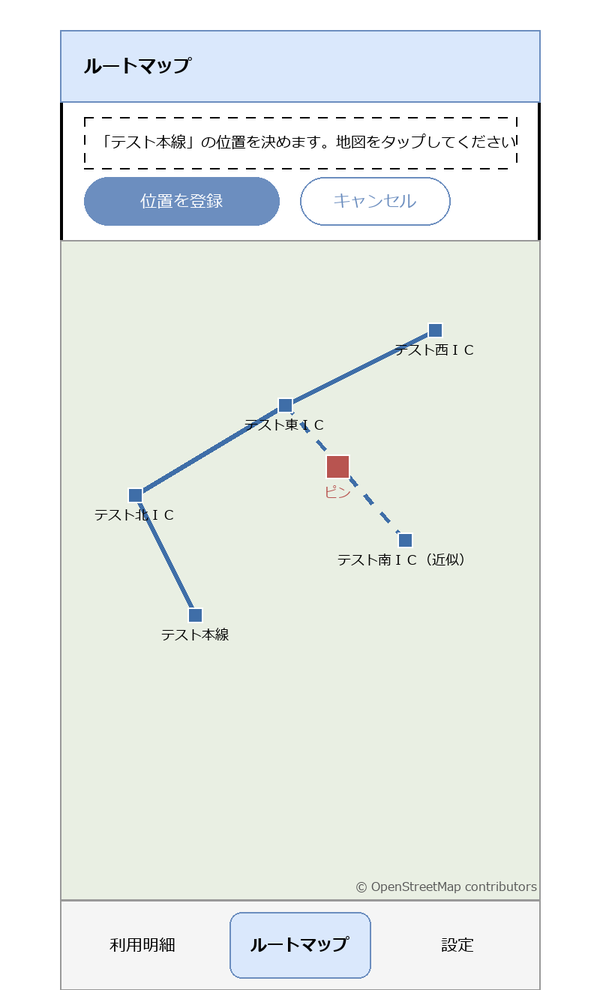
Above: docs/systems/screens/images/SCR-005-route-map-picking.drawio.png in hnt1028/etc-meisai (draw.io), before the change. Source tidied: cells renumbered, new cells last; positions are measured from the earlier drawing's top-left corner, leaving out a move shared by most shapes. The source it was exported from:
```xml
<mxGraphModel>
  <root>
    <mxCell id="0" />
    <mxCell id="1" parent="0" />
    <mxCell id="2" style="rounded=1;whiteSpace=wrap;html=1;arcSize=3;strokeWidth=2;" parent="1" vertex="1">
      <mxGeometry width="320" height="640" as="geometry" />
    </mxCell>
    <mxCell id="3" value="ルートマップ" style="rounded=0;whiteSpace=wrap;html=1;align=left;spacingLeft=16;fontStyle=1;fillColor=#dae8fc;strokeColor=#6c8ebf;" parent="1" vertex="1">
      <mxGeometry width="320" height="48" as="geometry" />
    </mxCell>
    <mxCell id="4" value="「テスト本線」の位置を決めます。地図をタップしてください" style="rounded=0;whiteSpace=wrap;html=1;align=left;spacingLeft=8;fontSize=10;fillColor=none;dashed=1;fontSize=10;" parent="1" vertex="1">
      <mxGeometry x="16" y="58" width="288" height="34" as="geometry" />
    </mxCell>
    <mxCell id="5" value="位置を登録" style="rounded=1;whiteSpace=wrap;html=1;arcSize=50;fillColor=#6c8ebf;fontColor=#ffffff;strokeColor=#6c8ebf;fontSize=11;" parent="1" vertex="1">
      <mxGeometry x="16" y="98" width="130" height="32" as="geometry" />
    </mxCell>
    <mxCell id="6" value="キャンセル" style="rounded=1;whiteSpace=wrap;html=1;arcSize=50;fillColor=none;strokeColor=#6c8ebf;fontColor=#6c8ebf;fontSize=11;" parent="1" vertex="1">
      <mxGeometry x="160" y="98" width="100" height="32" as="geometry" />
    </mxCell>
    <mxCell id="7" style="rounded=0;whiteSpace=wrap;html=1;fillColor=#e9efe3;strokeColor=#999999;" parent="1" vertex="1">
      <mxGeometry y="140" width="320" height="440" as="geometry" />
    </mxCell>
    <mxCell id="8" style="endArrow=none;html=1;strokeColor=#3f6ea8;strokeWidth=3;" parent="1" edge="1">
      <mxGeometry relative="1" as="geometry">
        <mxPoint x="50" y="310" as="sourcePoint" />
        <mxPoint x="150" y="250" as="targetPoint" />
      </mxGeometry>
    </mxCell>
    <mxCell id="9" style="endArrow=none;html=1;strokeColor=#3f6ea8;strokeWidth=3;" parent="1" edge="1">
      <mxGeometry relative="1" as="geometry">
        <mxPoint x="150" y="250" as="sourcePoint" />
        <mxPoint x="250" y="200" as="targetPoint" />
      </mxGeometry>
    </mxCell>
    <mxCell id="10" style="endArrow=none;html=1;strokeColor=#3f6ea8;strokeWidth=3;dashed=1;" parent="1" edge="1">
      <mxGeometry relative="1" as="geometry">
        <mxPoint x="150" y="250" as="sourcePoint" />
        <mxPoint x="230" y="340" as="targetPoint" />
      </mxGeometry>
    </mxCell>
    <mxCell id="11" style="endArrow=none;html=1;strokeColor=#3f6ea8;strokeWidth=3;" parent="1" edge="1">
      <mxGeometry relative="1" as="geometry">
        <mxPoint x="50" y="310" as="sourcePoint" />
        <mxPoint x="90" y="390" as="targetPoint" />
      </mxGeometry>
    </mxCell>
    <mxCell id="12" style="ellipse;whiteSpace=wrap;html=1;fillColor=#3f6ea8;strokeColor=#ffffff;" parent="1" vertex="1">
      <mxGeometry x="45" y="305" width="10" height="10" as="geometry" />
    </mxCell>
    <mxCell id="13" value="テスト北ＩＣ" style="text;html=1;align=center;verticalAlign=middle;fontSize=9;" parent="1" vertex="1">
      <mxGeometry x="5" y="316" width="90" height="14" as="geometry" />
    </mxCell>
    <mxCell id="14" style="ellipse;whiteSpace=wrap;html=1;fillColor=#3f6ea8;strokeColor=#ffffff;" parent="1" vertex="1">
      <mxGeometry x="145" y="245" width="10" height="10" as="geometry" />
    </mxCell>
    <mxCell id="15" value="テスト東ＩＣ" style="text;html=1;align=center;verticalAlign=middle;fontSize=9;" parent="1" vertex="1">
      <mxGeometry x="105" y="256" width="90" height="14" as="geometry" />
    </mxCell>
    <mxCell id="16" style="ellipse;whiteSpace=wrap;html=1;fillColor=#3f6ea8;strokeColor=#ffffff;" parent="1" vertex="1">
      <mxGeometry x="245" y="195" width="10" height="10" as="geometry" />
    </mxCell>
    <mxCell id="17" value="テスト西ＩＣ" style="text;html=1;align=center;verticalAlign=middle;fontSize=9;" parent="1" vertex="1">
      <mxGeometry x="205" y="206" width="90" height="14" as="geometry" />
    </mxCell>
    <mxCell id="18" style="ellipse;whiteSpace=wrap;html=1;fillColor=#3f6ea8;strokeColor=#ffffff;" parent="1" vertex="1">
      <mxGeometry x="225" y="335" width="10" height="10" as="geometry" />
    </mxCell>
    <mxCell id="19" value="テスト南ＩＣ（近似）" style="text;html=1;align=center;verticalAlign=middle;fontSize=9;" parent="1" vertex="1">
      <mxGeometry x="185" y="346" width="90" height="14" as="geometry" />
    </mxCell>
    <mxCell id="20" style="ellipse;whiteSpace=wrap;html=1;fillColor=#3f6ea8;strokeColor=#ffffff;" parent="1" vertex="1">
      <mxGeometry x="85" y="385" width="10" height="10" as="geometry" />
    </mxCell>
    <mxCell id="21" value="テスト本線" style="text;html=1;align=center;verticalAlign=middle;fontSize=9;" parent="1" vertex="1">
      <mxGeometry x="45" y="396" width="90" height="14" as="geometry" />
    </mxCell>
    <mxCell id="22" style="ellipse;whiteSpace=wrap;html=1;fillColor=#b85450;strokeColor=#ffffff;" parent="1" vertex="1">
      <mxGeometry x="177" y="283" width="16" height="16" as="geometry" />
    </mxCell>
    <mxCell id="23" value="ピン" style="text;html=1;align=center;verticalAlign=middle;fontSize=9;fontColor=#b85450;" parent="1" vertex="1">
      <mxGeometry x="167" y="301" width="36" height="14" as="geometry" />
    </mxCell>
    <mxCell id="24" value="© OpenStreetMap contributors" style="text;html=1;align=right;verticalAlign=middle;fontSize=8;fontColor=#555555;" parent="1" vertex="1">
      <mxGeometry x="180" y="564" width="138" height="14" as="geometry" />
    </mxCell>
    <mxCell id="25" style="rounded=0;whiteSpace=wrap;html=1;fillColor=#f5f5f5;strokeColor=#999999;" parent="1" vertex="1">
      <mxGeometry y="580" width="320" height="60" as="geometry" />
    </mxCell>
    <mxCell id="26" value="利用明細" style="rounded=1;whiteSpace=wrap;html=1;arcSize=40;fontSize=11;fillColor=none;strokeColor=#f5f5f5;" parent="1" vertex="1">
      <mxGeometry x="8" y="588" width="94" height="44" as="geometry" />
    </mxCell>
    <mxCell id="27" value="ルートマップ" style="rounded=1;whiteSpace=wrap;html=1;arcSize=40;fontSize=11;fillColor=#dae8fc;strokeColor=#6c8ebf;fontStyle=1;" parent="1" vertex="1">
      <mxGeometry x="113" y="588" width="94" height="44" as="geometry" />
    </mxCell>
    <mxCell id="28" value="設定" style="rounded=1;whiteSpace=wrap;html=1;arcSize=40;fontSize=11;fillColor=none;strokeColor=#f5f5f5;" parent="1" vertex="1">
      <mxGeometry x="218" y="588" width="94" height="44" as="geometry" />
    </mxCell>
  </root>
</mxGraphModel>
```
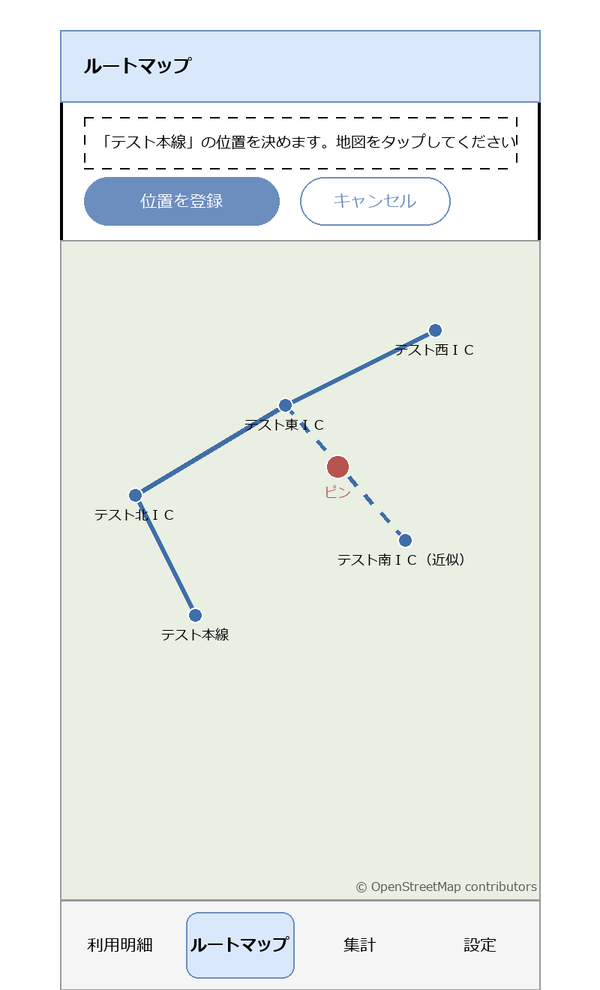
The same diagram one commit later.

What changed in the source:
```diff
@@ -87,13 +87,16 @@
       <mxGeometry y="580" width="320" height="60" as="geometry" />
     </mxCell>
     <mxCell id="26" value="利用明細" style="rounded=1;whiteSpace=wrap;html=1;arcSize=40;fontSize=11;fillColor=none;strokeColor=#f5f5f5;" parent="1" vertex="1">
-      <mxGeometry x="8" y="588" width="94" height="44" as="geometry" />
+      <mxGeometry x="4" y="588" width="72" height="44" as="geometry" />
     </mxCell>
     <mxCell id="27" value="ルートマップ" style="rounded=1;whiteSpace=wrap;html=1;arcSize=40;fontSize=11;fillColor=#dae8fc;strokeColor=#6c8ebf;fontStyle=1;" parent="1" vertex="1">
-      <mxGeometry x="113" y="588" width="94" height="44" as="geometry" />
+      <mxGeometry x="84" y="588" width="72" height="44" as="geometry" />
     </mxCell>
-    <mxCell id="28" value="設定" style="rounded=1;whiteSpace=wrap;html=1;arcSize=40;fontSize=11;fillColor=none;strokeColor=#f5f5f5;" parent="1" vertex="1">
-      <mxGeometry x="218" y="588" width="94" height="44" as="geometry" />
+    <mxCell id="28" value="集計" style="rounded=1;whiteSpace=wrap;html=1;arcSize=40;fontSize=11;fillColor=none;strokeColor=#f5f5f5;" parent="1" vertex="1">
+      <mxGeometry x="164" y="588" width="72" height="44" as="geometry" />
     </mxCell>
+    <mxCell id="29" value="設定" style="rounded=1;whiteSpace=wrap;html=1;arcSize=40;fontSize=11;fillColor=none;strokeColor=#f5f5f5;" parent="1" vertex="1">
+      <mxGeometry x="244" y="588" width="72" height="44" as="geometry" />
+    </mxCell>
   </root>
 </mxGraphModel>
```
